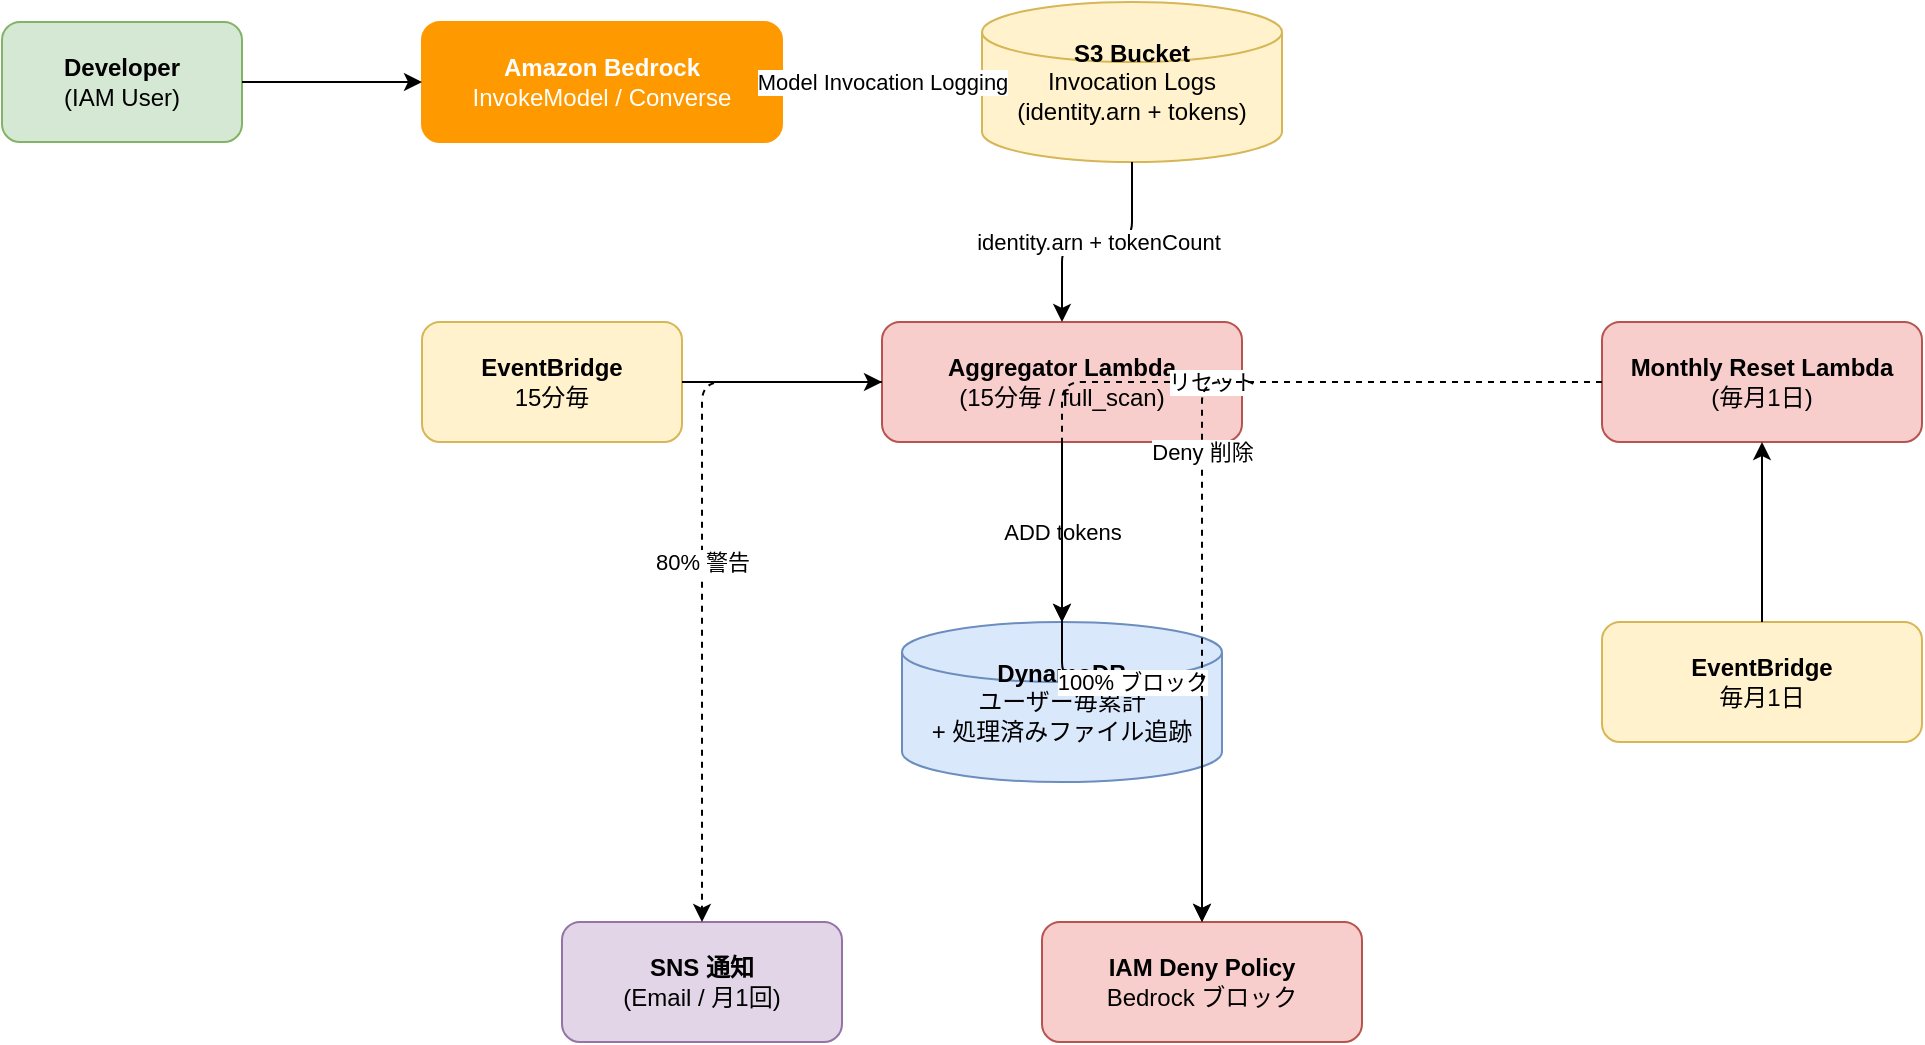
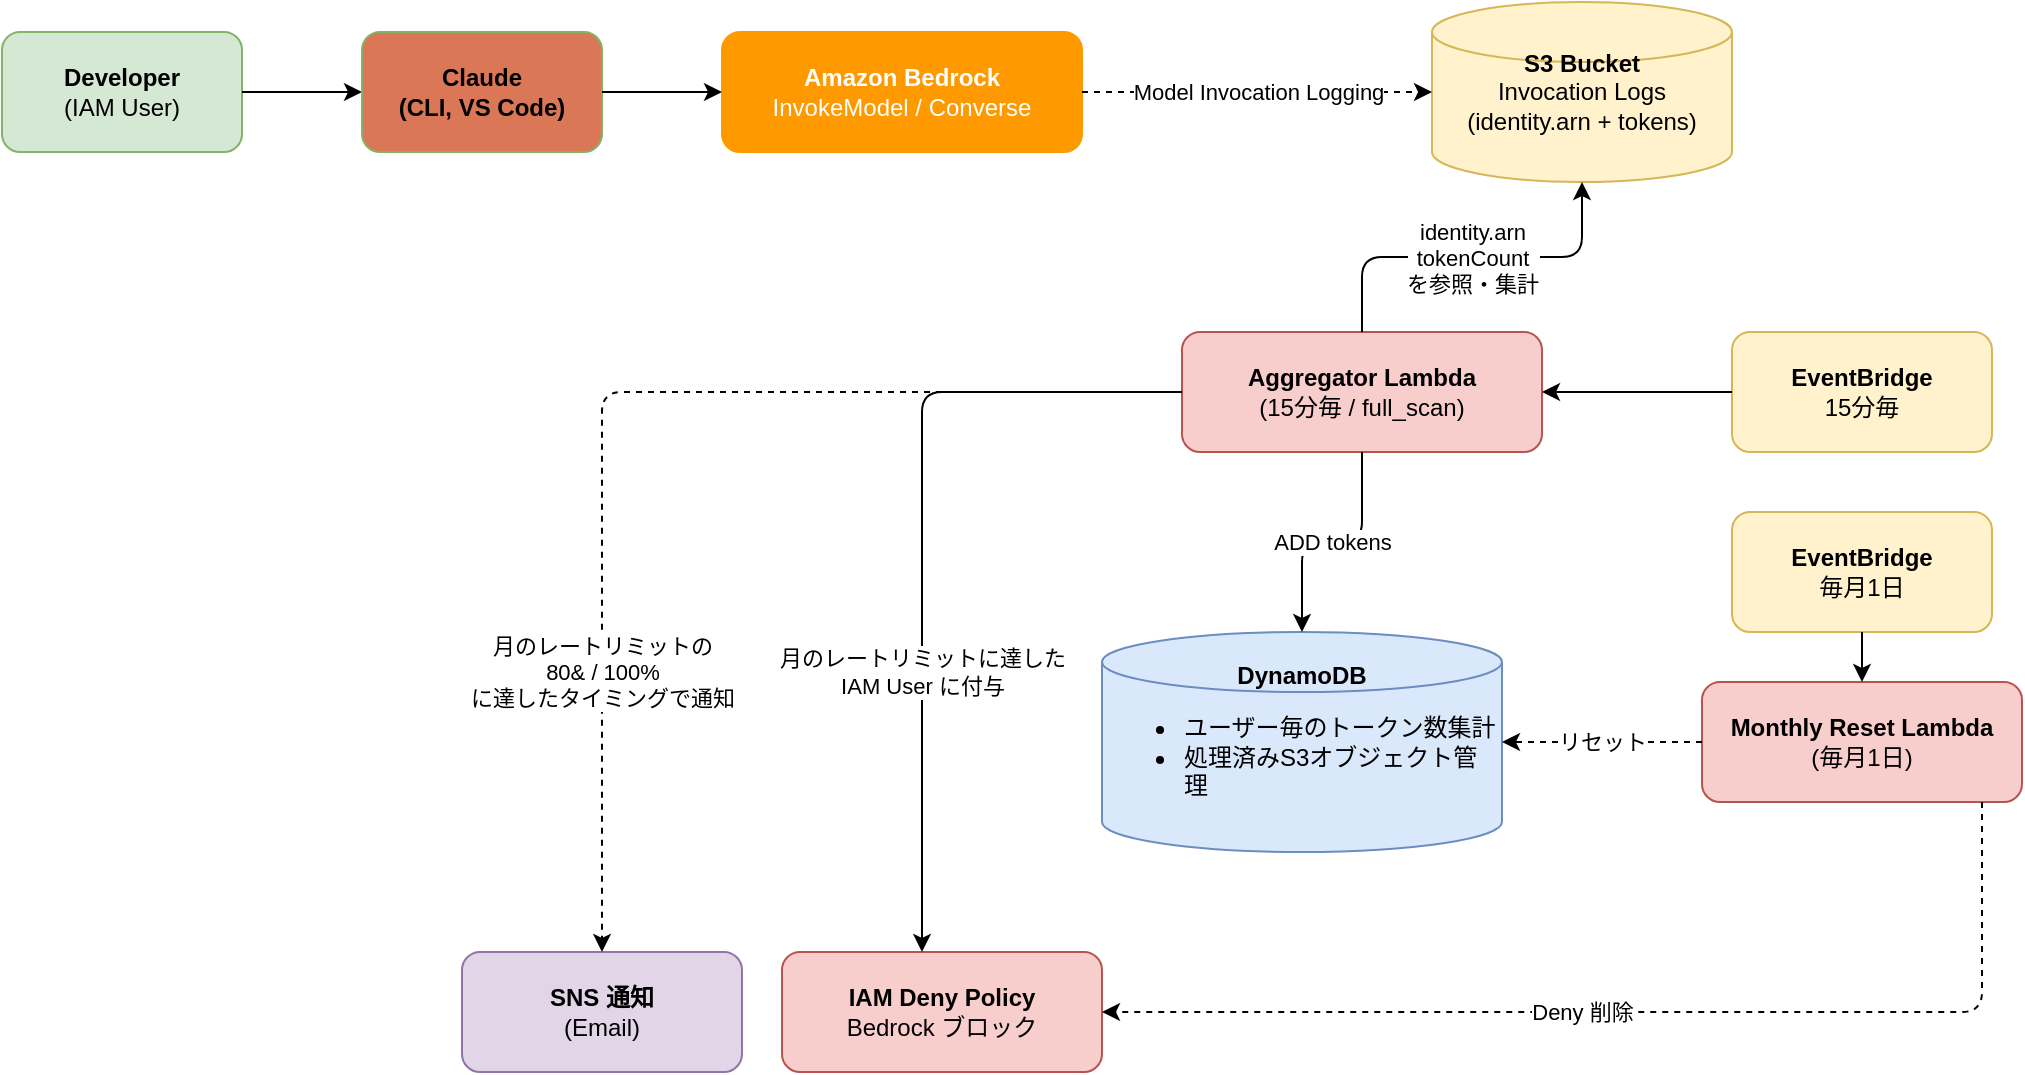
- <mxfile host="Electron" agent="Mozilla/5.0" version="26.0.16">
+ <mxfile host="Electron" agent="Mozilla/5.0 (Windows NT 10.0; Win64; x64) AppleWebKit/537.36 (KHTML, like Gecko) draw.io/26.0.16 Chrome/132.0.6834.196 Electron/34.2.0 Safari/537.36" version="26.0.16">
  <diagram name="Architecture" id="arch">
-     <mxGraphModel dx="826" dy="814" grid="1" gridSize="10" guides="1" tooltips="1" connect="1" arrows="1" fold="1" page="1" pageScale="1" pageWidth="1100" pageHeight="700" math="0" shadow="0">
+     <mxGraphModel dx="1472" dy="1180" grid="1" gridSize="10" guides="1" tooltips="1" connect="1" arrows="1" fold="1" page="1" pageScale="1" pageWidth="1100" pageHeight="700" math="0" shadow="0">
      <root>
        <mxCell id="0" />
        <mxCell id="1" parent="0" />
        <mxCell id="dev" value="&lt;b&gt;Developer&lt;/b&gt;&lt;br&gt;(IAM User)" style="rounded=1;whiteSpace=wrap;html=1;fillColor=#D5E8D4;strokeColor=#82b366;" parent="1" vertex="1">
-           <mxGeometry x="40" y="80" width="120" height="60" as="geometry" />
+           <mxGeometry x="10" y="90" width="120" height="60" as="geometry" />
        </mxCell>
        <mxCell id="bedrock" value="&lt;b&gt;Amazon Bedrock&lt;/b&gt;&lt;br&gt;InvokeModel / Converse" style="rounded=1;whiteSpace=wrap;html=1;fillColor=#FF9900;fontColor=#ffffff;strokeColor=#FF9900;" parent="1" vertex="1">
-           <mxGeometry x="250" y="80" width="180" height="60" as="geometry" />
+           <mxGeometry x="370" y="90" width="180" height="60" as="geometry" />
        </mxCell>
        <mxCell id="s3" value="&lt;b&gt;S3 Bucket&lt;/b&gt;&lt;br&gt;Invocation Logs&lt;br&gt;(identity.arn + tokens)" style="shape=cylinder3;whiteSpace=wrap;html=1;fillColor=#FFF2CC;strokeColor=#D6B656;" parent="1" vertex="1">
-           <mxGeometry x="530" y="70" width="150" height="80" as="geometry" />
+           <mxGeometry x="725" y="75" width="150" height="90" as="geometry" />
        </mxCell>
        <mxCell id="aggregator" value="&lt;b&gt;Aggregator Lambda&lt;/b&gt;&lt;br&gt;(15分毎 / full_scan)" style="rounded=1;whiteSpace=wrap;html=1;fillColor=#F8CECC;strokeColor=#B85450;" parent="1" vertex="1">
-           <mxGeometry x="480" y="230" width="180" height="60" as="geometry" />
+           <mxGeometry x="600" y="240" width="180" height="60" as="geometry" />
        </mxCell>
        <mxCell id="reset" value="&lt;b&gt;Monthly Reset Lambda&lt;/b&gt;&lt;br&gt;(毎月1日)" style="rounded=1;whiteSpace=wrap;html=1;fillColor=#F8CECC;strokeColor=#B85450;" parent="1" vertex="1">
-           <mxGeometry x="840" y="230" width="160" height="60" as="geometry" />
+           <mxGeometry x="860" y="415" width="160" height="60" as="geometry" />
        </mxCell>
-         <mxCell id="dynamodb" value="&lt;b&gt;DynamoDB&lt;/b&gt;&lt;br&gt;ユーザー毎累計&lt;br&gt;+ 処理済みファイル追跡" style="shape=cylinder3;whiteSpace=wrap;html=1;fillColor=#DAE8FC;strokeColor=#6C8EBF;" parent="1" vertex="1">
-           <mxGeometry x="490" y="380" width="160" height="80" as="geometry" />
+         <mxCell id="dynamodb" value="&lt;b&gt;DynamoDB&lt;/b&gt;&lt;br&gt;&lt;ul&gt;&lt;li style=&quot;text-align: left;&quot;&gt;ユーザー毎のトークン数集計&lt;/li&gt;&lt;li style=&quot;text-align: left;&quot;&gt;処理済みS3オブジェクト管理&lt;/li&gt;&lt;/ul&gt;" style="shape=cylinder3;whiteSpace=wrap;html=1;fillColor=#DAE8FC;strokeColor=#6C8EBF;" parent="1" vertex="1">
+           <mxGeometry x="560" y="390" width="200" height="110" as="geometry" />
        </mxCell>
-         <mxCell id="sns" value="&lt;b&gt;SNS 通知&lt;/b&gt;&lt;br&gt;(Email / 月1回)" style="rounded=1;whiteSpace=wrap;html=1;fillColor=#E1D5E7;strokeColor=#9673A6;" parent="1" vertex="1">
-           <mxGeometry x="320" y="530" width="140" height="60" as="geometry" />
+         <mxCell id="sns" value="&lt;b&gt;SNS 通知&lt;/b&gt;&lt;br&gt;(Email)" style="rounded=1;whiteSpace=wrap;html=1;fillColor=#E1D5E7;strokeColor=#9673A6;" parent="1" vertex="1">
+           <mxGeometry x="240" y="550" width="140" height="60" as="geometry" />
        </mxCell>
        <mxCell id="iam_deny" value="&lt;b&gt;IAM Deny Policy&lt;/b&gt;&lt;br&gt;Bedrock ブロック" style="rounded=1;whiteSpace=wrap;html=1;fillColor=#F8CECC;strokeColor=#B85450;" parent="1" vertex="1">
-           <mxGeometry x="560" y="530" width="160" height="60" as="geometry" />
+           <mxGeometry x="400" y="550" width="160" height="60" as="geometry" />
        </mxCell>
        <mxCell id="eb_agg" value="&lt;b&gt;EventBridge&lt;/b&gt;&lt;br&gt;15分毎" style="rounded=1;whiteSpace=wrap;html=1;fillColor=#FFF2CC;strokeColor=#D6B656;" parent="1" vertex="1">
-           <mxGeometry x="250" y="230" width="130" height="60" as="geometry" />
+           <mxGeometry x="875" y="240" width="130" height="60" as="geometry" />
        </mxCell>
        <mxCell id="eb_reset" value="&lt;b&gt;EventBridge&lt;/b&gt;&lt;br&gt;毎月1日" style="rounded=1;whiteSpace=wrap;html=1;fillColor=#FFF2CC;strokeColor=#D6B656;" parent="1" vertex="1">
-           <mxGeometry x="840" y="380" width="160" height="60" as="geometry" />
+           <mxGeometry x="875" y="330" width="130" height="60" as="geometry" />
        </mxCell>
-         <mxCell id="e1" style="edgeStyle=orthogonalEdgeStyle;rounded=1;html=1;" parent="1" source="dev" target="bedrock" edge="1">
+         <mxCell id="e1" style="edgeStyle=orthogonalEdgeStyle;rounded=1;html=1;entryX=0;entryY=0.5;entryDx=0;entryDy=0;" parent="1" source="dev" target="Z1Fb-K9sI5tcGLu9Mw_k-1" edge="1">
          <mxGeometry relative="1" as="geometry" />
        </mxCell>
        <mxCell id="e2" value="Model Invocation Logging" style="edgeStyle=orthogonalEdgeStyle;rounded=1;html=1;dashed=1;" parent="1" source="bedrock" target="s3" edge="1">
          <mxGeometry relative="1" as="geometry" />
        </mxCell>
-         <mxCell id="e3" value="identity.arn + tokenCount" style="edgeStyle=orthogonalEdgeStyle;rounded=1;html=1;" parent="1" source="s3" target="aggregator" edge="1">
-           <mxGeometry relative="1" as="geometry" />
+         <mxCell id="e3" value="identity.arn&lt;div&gt;tokenCount&lt;/div&gt;&lt;div&gt;を参照・集計&lt;/div&gt;" style="edgeStyle=orthogonalEdgeStyle;rounded=1;html=1;exitX=0.5;exitY=0;exitDx=0;exitDy=0;entryX=0.5;entryY=1;entryDx=0;entryDy=0;entryPerimeter=0;" parent="1" source="aggregator" target="s3" edge="1">
+           <mxGeometry relative="1" as="geometry">
+             <mxPoint x="940" y="190" as="targetPoint" />
+           </mxGeometry>
        </mxCell>
        <mxCell id="e4" style="edgeStyle=orthogonalEdgeStyle;rounded=1;html=1;" parent="1" source="eb_agg" target="aggregator" edge="1">
          <mxGeometry relative="1" as="geometry" />
        </mxCell>
        <mxCell id="e5" value="ADD tokens" style="edgeStyle=orthogonalEdgeStyle;rounded=1;html=1;" parent="1" source="aggregator" target="dynamodb" edge="1">
          <mxGeometry relative="1" as="geometry" />
        </mxCell>
-         <mxCell id="e6" value="80% 警告" style="edgeStyle=orthogonalEdgeStyle;rounded=1;html=1;dashed=1;" parent="1" source="aggregator" target="sns" edge="1">
-           <mxGeometry relative="1" as="geometry" />
+         <mxCell id="e6" value="月のレートリミットの&lt;div&gt;80&amp;amp; / 100%&lt;/div&gt;&lt;div&gt;に達したタイミングで通知&lt;/div&gt;" style="edgeStyle=orthogonalEdgeStyle;rounded=1;html=1;dashed=1;" parent="1" source="aggregator" target="sns" edge="1">
+           <mxGeometry x="0.5088" relative="1" as="geometry">
+             <mxPoint as="offset" />
+           </mxGeometry>
        </mxCell>
-         <mxCell id="e7" value="100% ブロック" style="edgeStyle=orthogonalEdgeStyle;rounded=1;html=1;" parent="1" source="aggregator" target="iam_deny" edge="1">
-           <mxGeometry relative="1" as="geometry" />
+         <mxCell id="e7" value="月のレートリミットに達した&lt;div&gt;IAM User に付与&lt;/div&gt;" style="edgeStyle=orthogonalEdgeStyle;rounded=1;html=1;" parent="1" source="aggregator" target="iam_deny" edge="1">
+           <mxGeometry x="0.3171" relative="1" as="geometry">
+             <Array as="points">
+               <mxPoint x="470" y="270" />
+             </Array>
+             <mxPoint as="offset" />
+           </mxGeometry>
        </mxCell>
        <mxCell id="e8" style="edgeStyle=orthogonalEdgeStyle;rounded=1;html=1;" parent="1" source="eb_reset" target="reset" edge="1">
          <mxGeometry relative="1" as="geometry" />
        </mxCell>
        <mxCell id="e9" value="リセット" style="edgeStyle=orthogonalEdgeStyle;rounded=1;html=1;dashed=1;" parent="1" source="reset" target="dynamodb" edge="1">
          <mxGeometry relative="1" as="geometry" />
        </mxCell>
        <mxCell id="e10" value="Deny 削除" style="edgeStyle=orthogonalEdgeStyle;rounded=1;html=1;dashed=1;" parent="1" source="reset" target="iam_deny" edge="1">
-           <mxGeometry relative="1" as="geometry" />
+           <mxGeometry x="0.1193" relative="1" as="geometry">
+             <Array as="points">
+               <mxPoint x="1000" y="580" />
+             </Array>
+             <mxPoint as="offset" />
+           </mxGeometry>
+         </mxCell>
+         <mxCell id="Z1Fb-K9sI5tcGLu9Mw_k-1" value="&lt;b&gt;Claude&lt;/b&gt;&lt;div&gt;&lt;b&gt;(CLI, VS Code)&lt;/b&gt;&lt;/div&gt;" style="rounded=1;whiteSpace=wrap;html=1;fillColor=#D97757;strokeColor=#82b366;" vertex="1" parent="1">
+           <mxGeometry x="190" y="90" width="120" height="60" as="geometry" />
+         </mxCell>
+         <mxCell id="Z1Fb-K9sI5tcGLu9Mw_k-3" style="edgeStyle=orthogonalEdgeStyle;rounded=1;html=1;exitX=1;exitY=0.5;exitDx=0;exitDy=0;" edge="1" parent="1" source="Z1Fb-K9sI5tcGLu9Mw_k-1" target="bedrock">
+           <mxGeometry relative="1" as="geometry">
+             <mxPoint x="140" y="130" as="sourcePoint" />
+             <mxPoint x="200" y="180" as="targetPoint" />
+           </mxGeometry>
        </mxCell>
      </root>
    </mxGraphModel>
  </diagram>
</mxfile>
